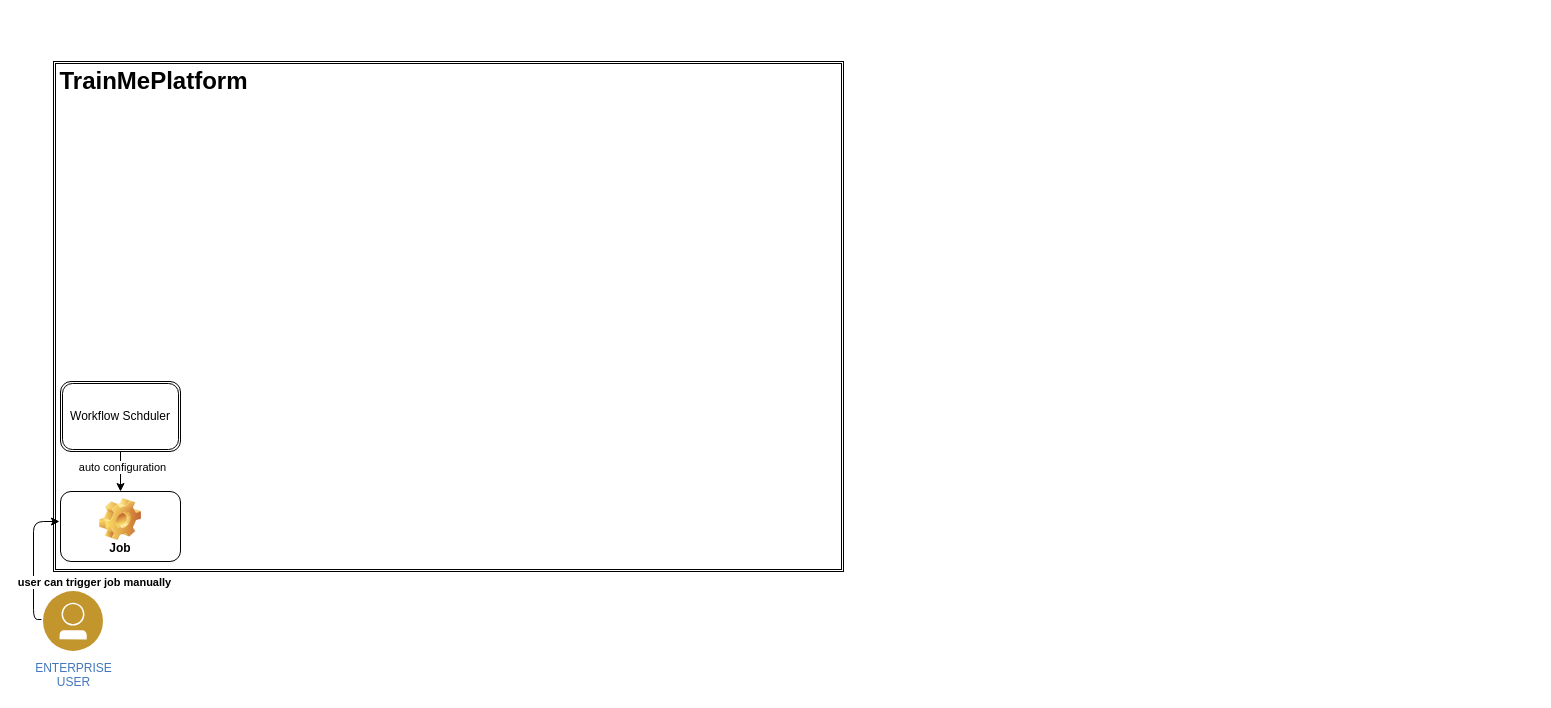
This is chandra.drawio from ChandraMadhumanchi/ml, a draw.io file, before an edit. Source tidied: cells renumbered, new cells numbered last; positions are measured from the earlier drawing's top-left corner, leaving out a move shared by most shapes. Both pictures are drawn from the tidied source at 100%, with x=0, y=0 at pixel (33, 61).
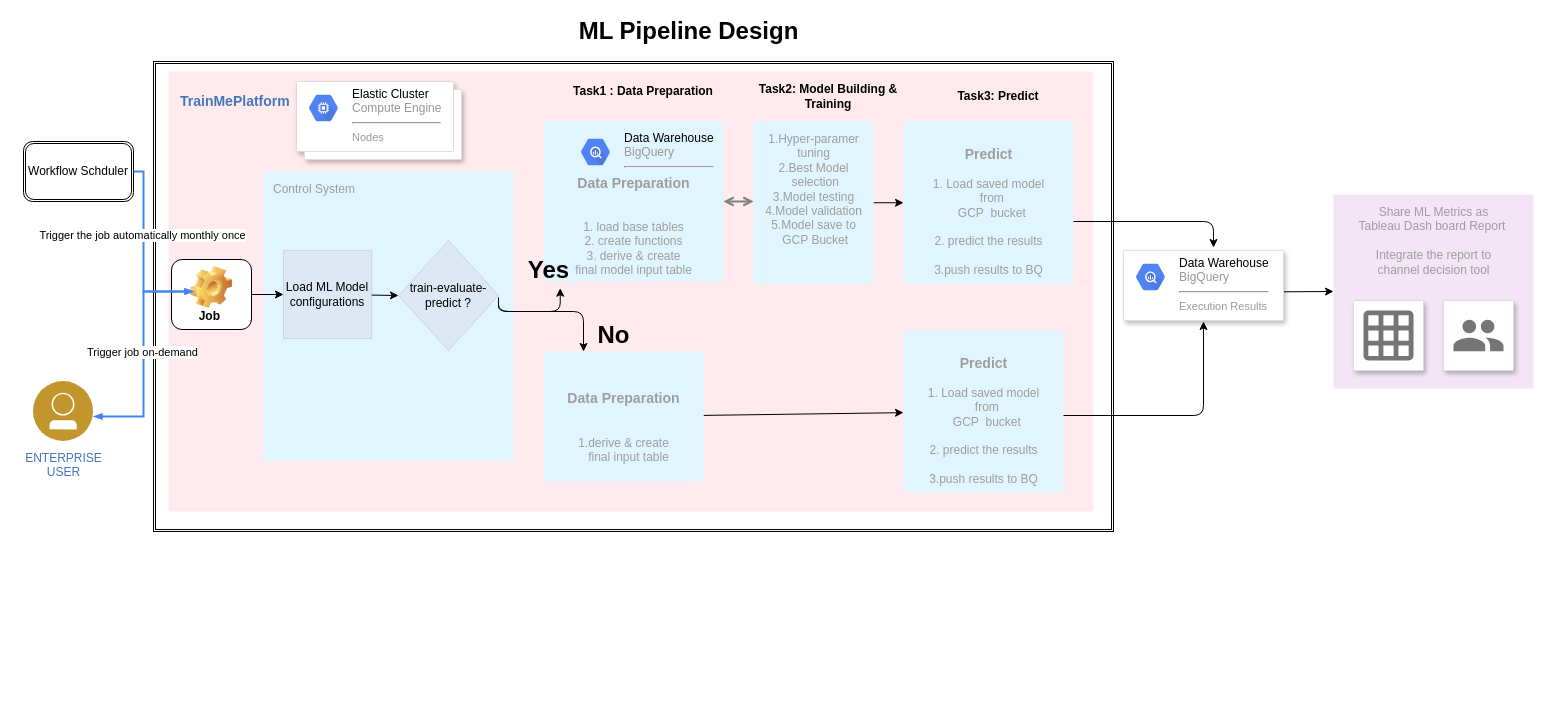
The same page after the edit.

Change to the diagram source:
```diff
@@
     <mxCell id="2" style="shape=ext;double=1;rounded=0;whiteSpace=wrap;html=1;align=left;" parent="1" vertex="1">
-      <mxGeometry x="20" width="790" height="510" as="geometry" />
+      <mxGeometry x="120" width="960" height="470" as="geometry" />
     </mxCell>
+    <mxCell id="10" value="ENTERPRISE&lt;div&gt;USER&lt;/div&gt;" style="perimeter=ellipsePerimeter;html=1;align=center;shadow=0;dashed=0;image;image=img/lib/ibm/users/user.svg;strokeColor=#FF0000;fillColor=#FFFF66;gradientColor=none;fontColor=#4277BB;labelBackgroundColor=#ffffff;spacingTop=3;" parent="1" vertex="1">
+      <mxGeometry y="320" width="60" height="60" as="geometry" />
+    </mxCell>
+    <mxCell id="9" value="Workflow Schduler" style="shape=ext;double=1;rounded=1;whiteSpace=wrap;html=1;" parent="1" vertex="1">
+      <mxGeometry x="-10" y="80" width="110" height="60" as="geometry" />
+    </mxCell>
+    <mxCell id="11" style="edgeStyle=orthogonalEdgeStyle;rounded=0;jettySize=auto;html=1;" parent="1" edge="1" target="14">
+      <mxGeometry relative="1" as="geometry">
+        <mxPoint x="1135" y="230" as="sourcePoint" />
+      </mxGeometry>
+    </mxCell>
+    <mxCell id="12" style="strokeColor=#dddddd;fillColor=#ffffff;shadow=1;strokeWidth=1;rounded=1;absoluteArcSize=1;arcSize=2;fontSize=12;fontColor=#9E9E9E;align=center;html=1;" parent="1" vertex="1">
+      <mxGeometry x="1090" y="188.9" width="160" height="70" as="geometry" />
+    </mxCell>
+    <mxCell id="13" value="&lt;font color=&quot;#000000&quot;&gt;Data Warehouse&lt;/font&gt;&lt;br&gt;BigQuery&lt;hr&gt;&lt;font style=&quot;font-size: 11px&quot;&gt;Execution Results&lt;/font&gt;" style="dashed=0;html=1;fillColor=#5184F3;strokeColor=none;shape=mxgraph.gcp2.hexIcon;prIcon=bigquery;labelPosition=right;verticalLabelPosition=middle;align=left;verticalAlign=top;spacingLeft=5;fontColor=#999999;fontSize=12;spacingTop=-8;" parent="12" vertex="1">
+      <mxGeometry width="44" height="39" relative="1" as="geometry">
+        <mxPoint x="5" y="7" as="offset" />
+      </mxGeometry>
+    </mxCell>
+    <mxCell id="14" value="Share ML Metrics as&lt;br&gt;Tableau Dash board Report&amp;nbsp;&lt;font style=&quot;font-size: 10px&quot;&gt;&lt;br&gt;&lt;/font&gt;&lt;br&gt;Integrate the report to&lt;br&gt;&amp;nbsp;channel decision tool&amp;nbsp;" style="rounded=1;absoluteArcSize=1;arcSize=2;html=1;strokeColor=none;gradientColor=none;shadow=0;dashed=0;fontSize=12;fontColor=#9E9E9E;align=center;verticalAlign=top;spacing=10;spacingTop=-4;fillColor=#F3E5F5;" parent="1" vertex="1">
+      <mxGeometry x="1300" y="133" width="200" height="194" as="geometry" />
+    </mxCell>
+    <mxCell id="15" style="rounded=1;absoluteArcSize=1;arcSize=2;html=1;strokeColor=none;gradientColor=none;shadow=0;dashed=0;fontSize=12;fontColor=#9E9E9E;align=left;verticalAlign=top;spacing=10;spacingTop=-4;fillColor=#FFEBEE;" parent="1" vertex="1">
+      <mxGeometry x="135" y="10" width="925" height="440" as="geometry" />
+    </mxCell>
+    <mxCell id="16" style="shape=mxgraph.gcp2.doubleRect;strokeColor=#dddddd;fillColor=#ffffff;shadow=1;strokeWidth=1;fontSize=11;fontColor=#9E9E9E;align=center;html=1;" parent="1" vertex="1">
+      <mxGeometry x="263" y="20" width="165" height="78" as="geometry" />
+    </mxCell>
+    <mxCell id="17" value="&lt;font color=&quot;#000000&quot;&gt;Elastic Cluster&lt;/font&gt;&lt;br&gt;Compute Engine&lt;hr&gt;&lt;font style=&quot;font-size: 11px&quot;&gt;Nodes&lt;/font&gt;" style="dashed=0;html=1;fillColor=#5184F3;strokeColor=none;shape=mxgraph.gcp2.hexIcon;prIcon=compute_engine;labelPosition=right;verticalLabelPosition=middle;align=left;verticalAlign=top;spacingLeft=5;fontColor=#999999;fontSize=12;spacingTop=-8;" parent="16" vertex="1">
+      <mxGeometry width="44" height="39" relative="1" as="geometry">
+        <mxPoint x="5" y="7" as="offset" />
+      </mxGeometry>
+    </mxCell>
-    <mxCell id="3" value="TrainMePlatform" style="text;strokeColor=none;fillColor=none;html=1;fontSize=24;fontStyle=1;verticalAlign=middle;align=center;" parent="1" vertex="1">
-      <mxGeometry x="70" width="100" height="40" as="geometry" />
+    <mxCell id="3" value="TrainMePlatform" style="text;html=1;align=left;verticalAlign=middle;fontColor=#4277BB;shadow=0;dashed=0;strokeColor=none;fillColor=none;labelBackgroundColor=none;fontStyle=1;fontSize=14;spacingLeft=5;" parent="1" vertex="1">
+      <mxGeometry x="140" y="30" width="123" height="20" as="geometry" />
     </mxCell>
+    <mxCell id="18" value="&lt;br&gt;&lt;br&gt;&lt;h3&gt;Data Preparation&lt;/h3&gt;&lt;br&gt;1. load base tables&lt;br&gt;2. create functions&lt;br&gt;3. derive &amp;amp; create &lt;br&gt;final model input table" style="rounded=1;absoluteArcSize=1;arcSize=2;html=1;strokeColor=none;gradientColor=none;shadow=0;dashed=0;fontSize=12;fontColor=#9E9E9E;align=center;verticalAlign=top;spacing=10;spacingTop=-4;fillColor=#E1F5FE;" parent="1" vertex="1">
+      <mxGeometry x="510" y="60" width="180" height="160" as="geometry" />
+    </mxCell>
-    <mxCell id="4" value="Job" style="label;whiteSpace=wrap;html=1;align=center;verticalAlign=bottom;spacingLeft=0;spacingBottom=4;imageAlign=center;imageVerticalAlign=top;image=img/clipart/Gear_128x128.png;" parent="1" vertex="1">
-      <mxGeometry x="27" y="430" width="120" height="70" as="geometry" />
+    <mxCell id="4" value="Job&amp;nbsp;" style="label;whiteSpace=wrap;html=1;align=center;verticalAlign=bottom;spacingLeft=0;spacingBottom=4;imageAlign=center;imageVerticalAlign=top;image=img/clipart/Gear_128x128.png;" parent="1" vertex="1">
+      <mxGeometry x="138" y="198" width="80" height="70" as="geometry" />
     </mxCell>
-    <mxCell id="5" style="edgeStyle=elbowEdgeStyle;elbow=horizontal;endArrow=classic;html=1;exitX=0.05;exitY=0.633;exitDx=0;exitDy=0;exitPerimeter=0;" parent="1" edge="1">
-      <mxGeometry relative="1" as="geometry">
-        <mxPoint x="8" y="558" as="sourcePoint" />
-        <mxPoint x="26" y="460" as="targetPoint" />
-        <Array as="points">
-          <mxPoint y="510" />
-        </Array>
-      </mxGeometry>
-    </mxCell>
-    <mxCell id="6" value="user can trigger job manually" style="edgeLabel;html=1;align=center;verticalAlign=middle;fontStyle=1;" parent="5" vertex="1">
-      <mxGeometry x="-0.29" y="3" relative="1" as="geometry">
-        <mxPoint x="63" y="1" as="offset" />
-      </mxGeometry>
-    </mxCell>
-    <mxCell id="7" style="edgeStyle=orthogonalEdgeStyle;rounded=0;jettySize=auto;html=1;" parent="1" edge="1" source="9" target="4">
-      <mxGeometry relative="1" as="geometry" />
-    </mxCell>
-    <mxCell id="8" value="auto configuration" style="edgeLabel;html=1;align=center;verticalAlign=middle;" parent="7" vertex="1">
-      <mxGeometry y="1" relative="1" as="geometry">
-        <mxPoint y="-5" as="offset" />
-      </mxGeometry>
-    </mxCell>
-    <mxCell id="9" value="Workflow Schduler" style="shape=ext;double=1;rounded=1;whiteSpace=wrap;html=1;" parent="1" vertex="1">
-      <mxGeometry x="27" y="320" width="120" height="70" as="geometry" />
-    </mxCell>
-    <mxCell id="10" value="ENTERPRISE&lt;div&gt;USER&lt;/div&gt;" style="perimeter=ellipsePerimeter;html=1;align=center;shadow=0;dashed=0;image;image=img/lib/ibm/users/user.svg;strokeColor=#FF0000;fillColor=#FFFF66;gradientColor=none;fontColor=#4277BB;labelBackgroundColor=#ffffff;spacingTop=3;" parent="1" vertex="1">
-      <mxGeometry x="10" y="530" width="60" height="60" as="geometry" />
-    </mxCell>
+    <mxCell id="19" style="edgeStyle=orthogonalEdgeStyle;rounded=0;html=1;labelBackgroundColor=none;startFill=1;startSize=4;endArrow=blockThin;endFill=1;endSize=4;jettySize=auto;orthogonalLoop=1;strokeColor=#4284F3;strokeWidth=2;fontSize=12;fontColor=#000000;align=left;dashed=0;startArrow=blockThin;" parent="1" edge="1">
+      <mxGeometry relative="1" as="geometry">
+        <mxPoint x="160" y="230" as="sourcePoint" />
+        <mxPoint x="60" y="355" as="targetPoint" />
+        <Array as="points">
+          <mxPoint x="110" y="230" />
+          <mxPoint x="110" y="355" />
+        </Array>
+      </mxGeometry>
+    </mxCell>
+    <mxCell id="20" value="Trigger job on-demand" style="edgeLabel;html=1;align=center;verticalAlign=middle;" parent="19" vertex="1">
+      <mxGeometry x="-0.02" y="-2" relative="1" as="geometry" />
+    </mxCell>
+    <mxCell id="21" value="Control System" style="rounded=1;absoluteArcSize=1;arcSize=2;html=1;strokeColor=none;gradientColor=none;shadow=0;dashed=0;fontSize=12;fontColor=#9E9E9E;align=left;verticalAlign=top;spacing=10;spacingTop=-4;fillColor=#E1F5FE;" parent="1" vertex="1">
+      <mxGeometry x="230" y="110" width="250" height="290" as="geometry" />
+    </mxCell>
+    <mxCell id="22" style="edgeStyle=orthogonalEdgeStyle;rounded=0;html=1;labelBackgroundColor=none;startFill=1;startSize=4;endArrow=blockThin;endFill=1;endSize=4;jettySize=auto;orthogonalLoop=1;strokeColor=#4284F3;strokeWidth=2;fontSize=12;fontColor=#000000;align=center;dashed=0;" parent="1" edge="1">
+      <mxGeometry relative="1" as="geometry">
+        <mxPoint x="100" y="110" as="sourcePoint" />
+        <mxPoint x="160" y="230" as="targetPoint" />
+        <Array as="points">
+          <mxPoint x="110" y="110" />
+          <mxPoint x="110" y="230" />
+        </Array>
+      </mxGeometry>
+    </mxCell>
+    <mxCell id="23" value="Trigger the job automatically monthly once" style="edgeLabel;html=1;align=center;verticalAlign=middle;" parent="22" vertex="1">
+      <mxGeometry x="-0.19" y="-2" relative="1" as="geometry" />
+    </mxCell>
+    <mxCell id="24" style="edgeStyle=orthogonalEdgeStyle;rounded=0;html=1;labelBackgroundColor=none;startFill=1;startSize=4;endArrow=blockThin;endFill=1;endSize=4;jettySize=auto;orthogonalLoop=1;strokeColor=#9E9E9E;strokeWidth=2;fontSize=12;fontColor=#000000;align=left;dashed=0;startArrow=blockThin;" parent="1" edge="1" source="21" target="21">
+      <mxGeometry relative="1" as="geometry">
+        <Array as="points">
+          <mxPoint x="285" y="320" />
+          <mxPoint x="285" y="320" />
+        </Array>
+      </mxGeometry>
+    </mxCell>
+    <mxCell id="25" style="edgeStyle=none;rounded=0;jettySize=auto;html=1;entryX=0;entryY=0.5;entryDx=0;entryDy=0;" parent="1" edge="1" source="26" target="27">
+      <mxGeometry relative="1" as="geometry" />
+    </mxCell>
+    <mxCell id="26" value="Load ML Model configurations" style="whiteSpace=wrap;html=1;fillColor=#B5739D;opacity=10;" parent="1" vertex="1">
+      <mxGeometry x="250" y="188.9" width="88.2" height="88.2" as="geometry" />
+    </mxCell>
+    <mxCell id="27" value="train-evaluate-predict ?" style="rhombus;whiteSpace=wrap;html=1;opacity=10;fillColor=#B5739D;" parent="1" vertex="1">
+      <mxGeometry x="365" y="179" width="100" height="110" as="geometry" />
+    </mxCell>
+    <mxCell id="28" style="edgeStyle=none;rounded=0;jettySize=auto;html=1;entryX=0;entryY=0.5;entryDx=0;entryDy=0;" parent="1" edge="1" source="4" target="26">
+      <mxGeometry relative="1" as="geometry" />
+    </mxCell>
+    <mxCell id="29" style="edgeStyle=none;rounded=0;jettySize=auto;html=1;" parent="1" edge="1" source="30" target="31">
+      <mxGeometry relative="1" as="geometry" />
+    </mxCell>
+    <mxCell id="30" value="&lt;br&gt;&lt;h3&gt;&lt;b&gt;Data Preparation&lt;/b&gt;&lt;/h3&gt;&lt;br&gt;1.derive &amp;amp; create &lt;br&gt;&amp;nbsp; &amp;nbsp;final input table" style="rounded=1;absoluteArcSize=1;arcSize=2;html=1;strokeColor=none;gradientColor=none;shadow=0;dashed=0;fontSize=12;fontColor=#9E9E9E;align=center;verticalAlign=top;spacing=10;spacingTop=-4;fillColor=#E1F5FE;" parent="1" vertex="1">
+      <mxGeometry x="510" y="290" width="160" height="130" as="geometry" />
+    </mxCell>
+    <mxCell id="31" value="&lt;h3&gt;Predict&lt;/h3&gt;1. Load saved model &lt;br&gt;&amp;nbsp; from&lt;br&gt;&amp;nbsp; GCP&amp;nbsp; bucket&lt;br&gt;&lt;br&gt;2. predict the results&lt;br&gt;&lt;br&gt;3.push results to BQ" style="rounded=1;absoluteArcSize=1;arcSize=2;html=1;strokeColor=none;gradientColor=none;shadow=0;dashed=0;fontSize=12;fontColor=#9E9E9E;align=center;verticalAlign=top;spacing=10;spacingTop=-4;fillColor=#E1F5FE;" parent="1" vertex="1">
+      <mxGeometry x="870" y="268.8" width="160" height="162.5" as="geometry" />
+    </mxCell>
+    <mxCell id="32" value="&lt;b&gt;Task1 : Data Preparation&lt;/b&gt;" style="text;html=1;strokeColor=none;fillColor=none;align=center;verticalAlign=middle;whiteSpace=wrap;rounded=0;opacity=10;" parent="1" vertex="1">
+      <mxGeometry x="530" y="20" width="160" height="20" as="geometry" />
+    </mxCell>
+    <mxCell id="33" style="edgeStyle=elbowEdgeStyle;elbow=vertical;endArrow=classic;html=1;entryX=0.093;entryY=1.042;entryDx=0;entryDy=0;entryPerimeter=0;" parent="1" edge="1" target="18">
+      <mxGeometry relative="1" as="geometry">
+        <mxPoint x="465" y="235.9" as="sourcePoint" />
+        <Array as="points">
+          <mxPoint x="510" y="250" />
+          <mxPoint x="540" y="260" />
+          <mxPoint x="530" y="220" />
+        </Array>
+      </mxGeometry>
+    </mxCell>
+    <mxCell id="34" value="Yes" style="text;strokeColor=none;fillColor=none;html=1;fontSize=24;fontStyle=1;verticalAlign=middle;align=center;" parent="1" vertex="1">
+      <mxGeometry x="465" y="188.9" width="100" height="40" as="geometry" />
+    </mxCell>
+    <mxCell id="35" style="edgeStyle=elbowEdgeStyle;elbow=vertical;endArrow=classic;html=1;entryX=0.25;entryY=0;entryDx=0;entryDy=0;" parent="1" edge="1" target="30">
+      <mxGeometry relative="1" as="geometry">
+        <mxPoint x="465" y="240" as="sourcePoint" />
+        <Array as="points">
+          <mxPoint x="505" y="250" />
+        </Array>
+      </mxGeometry>
+    </mxCell>
+    <mxCell id="36" value="No" style="text;strokeColor=none;fillColor=none;html=1;fontSize=24;fontStyle=1;verticalAlign=middle;align=center;opacity=10;" parent="1" vertex="1">
+      <mxGeometry x="530" y="254" width="100" height="40" as="geometry" />
+    </mxCell>
+    <mxCell id="37" style="edgeStyle=elbowEdgeStyle;elbow=vertical;endArrow=classic;html=1;" parent="1" edge="1" source="31">
+      <mxGeometry relative="1" as="geometry">
+        <mxPoint x="1170" y="260" as="targetPoint" />
+        <Array as="points">
+          <mxPoint x="1070" y="354" />
+          <mxPoint x="1170" y="285" />
+          <mxPoint x="1020" y="365" />
+          <mxPoint x="1120" y="305" />
+          <mxPoint x="1150" y="325" />
+          <mxPoint x="950" y="350" />
+          <mxPoint x="910" y="329" />
+          <mxPoint x="960" y="355" />
+        </Array>
+      </mxGeometry>
+    </mxCell>
+    <mxCell id="38" value="&lt;font color=&quot;#000000&quot;&gt;Data Warehouse&lt;/font&gt;&lt;br&gt;BigQuery&lt;hr&gt;" style="dashed=0;html=1;fillColor=#5184F3;strokeColor=none;shape=mxgraph.gcp2.hexIcon;prIcon=bigquery;labelPosition=right;verticalLabelPosition=middle;align=left;verticalAlign=top;spacingLeft=5;fontColor=#999999;fontSize=12;spacingTop=-8;" parent="1" vertex="1">
+      <mxGeometry x="540" y="71" width="44" height="39" as="geometry" />
+    </mxCell>
+    <mxCell id="39" value="&lt;b&gt;Task2: Model Building &amp;amp; Training&lt;/b&gt;" style="text;html=1;strokeColor=none;fillColor=none;align=center;verticalAlign=middle;whiteSpace=wrap;rounded=0;opacity=10;" parent="1" vertex="1">
+      <mxGeometry x="710" y="20" width="170" height="30" as="geometry" />
+    </mxCell>
+    <mxCell id="40" style="strokeColor=#dddddd;fillColor=#ffffff;shadow=1;strokeWidth=1;rounded=1;absoluteArcSize=1;arcSize=2;labelPosition=center;verticalLabelPosition=middle;align=center;verticalAlign=bottom;spacingLeft=0;fontColor=#999999;fontSize=12;whiteSpace=wrap;spacingBottom=2;html=1;" parent="1" vertex="1">
+      <mxGeometry x="1320" y="239" width="70" height="70" as="geometry" />
+    </mxCell>
+    <mxCell id="41" style="dashed=0;html=1;fillColor=#757575;strokeColor=none;shape=mxgraph.gcp2.report;" parent="40" vertex="1">
+      <mxGeometry x="0.5" width="50" height="50" relative="1" as="geometry">
+        <mxPoint x="-25" y="10" as="offset" />
+      </mxGeometry>
+    </mxCell>
+    <mxCell id="42" style="strokeColor=#dddddd;fillColor=#ffffff;shadow=1;strokeWidth=1;rounded=1;absoluteArcSize=1;arcSize=2;labelPosition=center;verticalLabelPosition=middle;align=center;verticalAlign=bottom;spacingLeft=0;fontColor=#999999;fontSize=12;whiteSpace=wrap;spacingBottom=2;html=1;" parent="1" vertex="1">
+      <mxGeometry x="1410" y="239" width="70" height="70" as="geometry" />
+    </mxCell>
+    <mxCell id="43" style="dashed=0;html=1;fillColor=#757575;strokeColor=none;shape=mxgraph.gcp2.users;" parent="42" vertex="1">
+      <mxGeometry x="0.5" width="50" height="31.5" relative="1" as="geometry">
+        <mxPoint x="-25" y="19.2" as="offset" />
+      </mxGeometry>
+    </mxCell>
+    <mxCell id="44" style="edgeStyle=none;rounded=0;jettySize=auto;html=1;entryX=0;entryY=0.5;entryDx=0;entryDy=0;" parent="1" edge="1" source="45" target="46">
+      <mxGeometry relative="1" as="geometry" />
+    </mxCell>
+    <mxCell id="45" value="1.Hyper-paramer &lt;br&gt;tuning&lt;br&gt;2.Best Model&lt;br&gt;&amp;nbsp;selection&lt;br&gt;3.Model testing&lt;br&gt;4.Model validation&lt;br&gt;5.Model save to&lt;br&gt;&amp;nbsp;GCP Bucket&lt;br&gt;&lt;br&gt;&lt;h3&gt;&lt;/h3&gt;" style="rounded=1;absoluteArcSize=1;arcSize=2;html=1;strokeColor=none;gradientColor=none;shadow=0;dashed=0;fontSize=12;fontColor=#9E9E9E;align=center;verticalAlign=top;spacing=10;spacingTop=-4;fillColor=#E1F5FE;" parent="1" vertex="1">
+      <mxGeometry x="720" y="60" width="120" height="162.5" as="geometry" />
+    </mxCell>
+    <mxCell id="46" value="&lt;h3&gt;Predict&lt;/h3&gt;1. Load saved model &lt;br&gt;&amp;nbsp; from&lt;br&gt;&amp;nbsp; GCP&amp;nbsp; bucket&lt;br&gt;&lt;br&gt;2. predict the results&lt;br&gt;&lt;br&gt;3.push results to BQ" style="rounded=1;absoluteArcSize=1;arcSize=2;html=1;strokeColor=none;gradientColor=none;shadow=0;dashed=0;fontSize=12;fontColor=#9E9E9E;align=center;verticalAlign=top;spacing=10;spacingTop=-4;fillColor=#E1F5FE;" parent="1" vertex="1">
+      <mxGeometry x="870" y="60" width="170" height="162.5" as="geometry" />
+    </mxCell>
+    <mxCell id="47" value="&lt;b&gt;Task3: Predict&lt;/b&gt;" style="text;html=1;strokeColor=none;fillColor=none;align=center;verticalAlign=middle;whiteSpace=wrap;rounded=0;opacity=10;" parent="1" vertex="1">
+      <mxGeometry x="880" y="20" width="170" height="30" as="geometry" />
+    </mxCell>
+    <mxCell id="48" style="edgeStyle=orthogonalEdgeStyle;rounded=0;jettySize=auto;html=1;startArrow=open;startFill=0;endArrow=open;endFill=0;strokeWidth=2;strokeColor=#808080;" parent="1" edge="1" source="18" target="45">
+      <mxGeometry relative="1" as="geometry">
+        <Array as="points">
+          <mxPoint x="680" y="130" />
+          <mxPoint x="680" y="130" />
+        </Array>
+      </mxGeometry>
+    </mxCell>
+    <mxCell id="49" style="edgeStyle=elbowEdgeStyle;elbow=horizontal;endArrow=classic;html=1;entryX=0.563;entryY=-0.041;entryDx=0;entryDy=0;entryPerimeter=0;" parent="1" edge="1" target="12">
+      <mxGeometry relative="1" as="geometry">
+        <mxPoint x="1040" y="160" as="sourcePoint" />
+        <Array as="points">
+          <mxPoint x="1180" y="130" />
+        </Array>
+      </mxGeometry>
+    </mxCell>
+    <mxCell id="50" value="ML Pipeline Design" style="text;strokeColor=none;fillColor=none;html=1;fontSize=24;fontStyle=1;verticalAlign=middle;align=center;opacity=10;" parent="1" vertex="1">
+      <mxGeometry x="380" y="-40" width="550" height="20" as="geometry" />
+    </mxCell>
```
